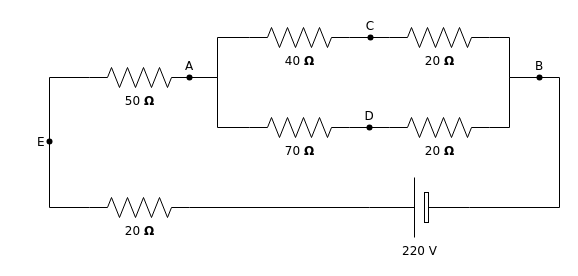
The draw.io diagram Untitled Diagram.drawio in doronbehar/lab4, before the edit. Source tidied: cells renumbered, new cells numbered last; positions are measured from the earlier drawing's top-left corner, leaving out a move shared by most shapes. Both pictures are drawn from the tidied source at 100%, with x=0, y=0 at pixel (29, 17).
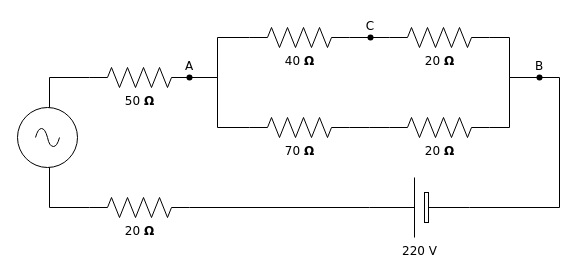
Above is the later version.

Unchanged cells that the change refers to:
```xml
<mxCell id="7" value="70&amp;nbsp;&lt;b&gt;Ω&lt;/b&gt;" style="verticalLabelPosition=bottom;shadow=0;dashed=0;align=center;html=1;verticalAlign=top;strokeWidth=1;shape=mxgraph.electrical.resistors.resistor_2;rounded=1;comic=0;labelBackgroundColor=none;fontFamily=Verdana;fontSize=12;" parent="1" vertex="1">
  <mxGeometry x="220" y="100" width="100" height="20" as="geometry" />
</mxCell>
<mxCell id="9" value="20&amp;nbsp;&lt;b&gt;Ω&lt;/b&gt;" style="verticalLabelPosition=bottom;shadow=0;dashed=0;align=center;html=1;verticalAlign=top;strokeWidth=1;shape=mxgraph.electrical.resistors.resistor_2;rounded=1;comic=0;labelBackgroundColor=none;fontFamily=Verdana;fontSize=12;" parent="1" vertex="1">
  <mxGeometry x="360" y="100" width="100" height="20" as="geometry" />
</mxCell>
<mxCell id="12" value="50&amp;nbsp;&lt;b&gt;Ω&lt;/b&gt;" style="verticalLabelPosition=bottom;shadow=0;dashed=0;align=center;html=1;verticalAlign=top;strokeWidth=1;shape=mxgraph.electrical.resistors.resistor_2;rounded=1;comic=0;labelBackgroundColor=none;fontFamily=Verdana;fontSize=12;" parent="1" vertex="1">
  <mxGeometry x="60" y="50" width="100" height="20" as="geometry" />
</mxCell>
<mxCell id="14" value="20&amp;nbsp;&lt;b&gt;Ω&lt;/b&gt;" style="verticalLabelPosition=bottom;shadow=0;dashed=0;align=center;html=1;verticalAlign=top;strokeWidth=1;shape=mxgraph.electrical.resistors.resistor_2;rounded=1;comic=0;labelBackgroundColor=none;fontFamily=Verdana;fontSize=12;" parent="1" vertex="1">
  <mxGeometry x="60" y="180" width="100" height="20" as="geometry" />
</mxCell>
```

What changed in the source:
```diff
@@
-    <mxCell id="6" style="edgeStyle=orthogonalEdgeStyle;rounded=0;html=1;exitX=1;exitY=0.5;exitPerimeter=0;labelBackgroundColor=none;startArrow=none;startFill=0;startSize=5;endArrow=none;endFill=0;endSize=5;jettySize=auto;strokeWidth=1;fontFamily=Verdana;fontSize=12;" parent="1" edge="1" source="7" target="24">
-      <mxGeometry relative="1" as="geometry" />
+    <mxCell id="6" style="edgeStyle=orthogonalEdgeStyle;rounded=0;html=1;exitX=1;exitY=0.5;exitPerimeter=0;labelBackgroundColor=none;startArrow=none;startFill=0;startSize=5;endArrow=none;endFill=0;endSize=5;jettySize=auto;strokeWidth=1;fontFamily=Verdana;fontSize=12;" parent="1" edge="1" source="7">
+      <mxGeometry relative="1" as="geometry">
+        <mxPoint x="340" y="110" as="targetPoint" />
+      </mxGeometry>
     </mxCell>
@@
-    <mxCell id="13" style="edgeStyle=orthogonalEdgeStyle;rounded=0;html=1;exitX=0;exitY=0.5;exitPerimeter=0;labelBackgroundColor=none;startArrow=none;startFill=0;startSize=5;endArrow=none;endFill=0;endSize=5;jettySize=auto;strokeWidth=1;fontFamily=Verdana;fontSize=12;" parent="1" edge="1" source="14" target="22">
+    <mxCell id="13" style="edgeStyle=orthogonalEdgeStyle;rounded=0;html=1;exitX=0;exitY=0.5;exitPerimeter=0;labelBackgroundColor=none;startArrow=none;startFill=0;startSize=5;endArrow=none;endFill=0;endSize=5;jettySize=auto;strokeWidth=1;fontFamily=Verdana;fontSize=12;" parent="1" edge="1" source="14">
       <mxGeometry relative="1" as="geometry">
+        <mxPoint x="28" y="120" as="targetPoint" />
         <Array as="points">
           <mxPoint x="20" y="190" />
         </Array>
       </mxGeometry>
     </mxCell>
@@
-    <mxCell id="22" value="E" style="shape=waypoint;sketch=0;fillStyle=solid;size=6;points=[];fillColor=none;perimeter=centerPerimeter;snapToPoint=1;verticalAlign=middle;spacingBottom=0;spacingTop=0;fontFamily=Verdana;fontSize=12;labelPosition=center;verticalLabelPosition=middle;align=left;spacingRight=0;spacingLeft=6;" parent="1" vertex="1">
-      <mxGeometry y="104" width="40" height="40" as="geometry" />
-    </mxCell>
-    <mxCell id="23" style="edgeStyle=orthogonalEdgeStyle;rounded=0;html=1;labelBackgroundColor=none;startArrow=none;startFill=0;startSize=5;endArrow=none;endFill=0;endSize=5;jettySize=auto;strokeWidth=1;fontFamily=Verdana;fontSize=12;entryX=0;entryY=0.5;entryDx=0;entryDy=0;entryPerimeter=0;" parent="1" edge="1" source="22" target="12">
+    <mxCell id="23" style="edgeStyle=orthogonalEdgeStyle;rounded=0;html=1;labelBackgroundColor=none;startArrow=none;startFill=0;startSize=5;endArrow=none;endFill=0;endSize=5;jettySize=auto;strokeWidth=1;fontFamily=Verdana;fontSize=12;entryX=0;entryY=0.5;entryDx=0;entryDy=0;entryPerimeter=0;" parent="1" edge="1" target="12">
       <mxGeometry relative="1" as="geometry">
+        <mxPoint x="28" y="120" as="sourcePoint" />
         <Array as="points">
           <mxPoint x="20" y="60" />
         </Array>
       </mxGeometry>
     </mxCell>
-    <mxCell id="24" value="D" style="shape=waypoint;sketch=0;fillStyle=solid;size=6;points=[];fillColor=none;perimeter=centerPerimeter;snapToPoint=1;verticalAlign=top;spacingBottom=0;spacingTop=-5;fontFamily=Verdana;fontSize=12;" parent="1" vertex="1">
-      <mxGeometry x="320" y="90" width="40" height="40" as="geometry" />
-    </mxCell>
-    <mxCell id="25" style="edgeStyle=orthogonalEdgeStyle;rounded=0;html=1;labelBackgroundColor=none;startArrow=none;startFill=0;startSize=5;endArrow=none;endFill=0;endSize=5;jettySize=auto;strokeWidth=1;fontFamily=Verdana;fontSize=12;entryX=0;entryY=0.5;entryDx=0;entryDy=0;entryPerimeter=0;" parent="1" edge="1" source="24" target="9">
-      <mxGeometry relative="1" as="geometry" />
+    <mxCell id="25" style="edgeStyle=orthogonalEdgeStyle;rounded=0;html=1;labelBackgroundColor=none;startArrow=none;startFill=0;startSize=5;endArrow=none;endFill=0;endSize=5;jettySize=auto;strokeWidth=1;fontFamily=Verdana;fontSize=12;entryX=0;entryY=0.5;entryDx=0;entryDy=0;entryPerimeter=0;" parent="1" edge="1" target="9">
+      <mxGeometry relative="1" as="geometry">
+        <mxPoint x="340" y="110" as="sourcePoint" />
+      </mxGeometry>
     </mxCell>
+    <mxCell id="26" style="verticalLabelPosition=bottom;shadow=0;dashed=0;align=center;html=1;verticalAlign=top;shape=mxgraph.electrical.signal_sources.source;elSignalType=ac;" parent="1" vertex="1">
+      <mxGeometry x="-12" y="90" width="60" height="60" as="geometry" />
+    </mxCell>
```
